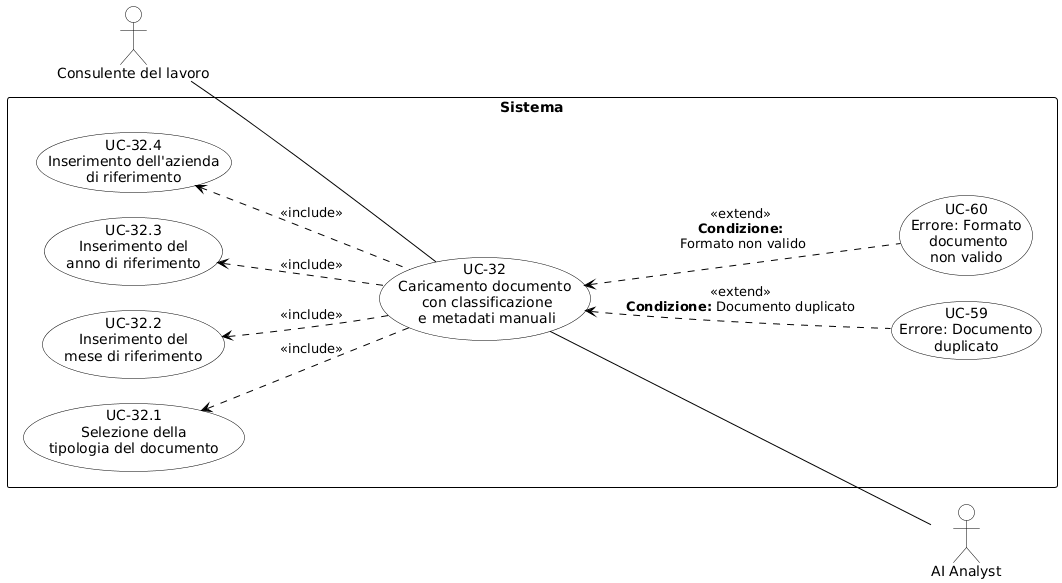
aLittleByte-19/Documentazione keeps this PlantUML diagram as RTB/Analisi dei Requisiti/diagrammi_use_case/UC-32.png. Above is the earlier version.
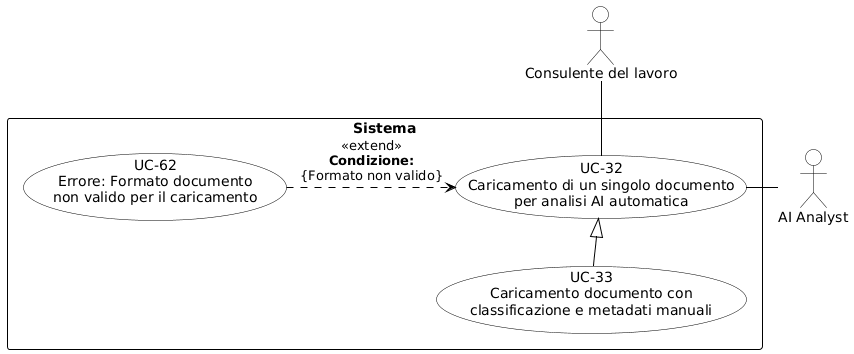
Above is the later version.

The edit, as a diff of the source:
```diff
@@ -1,9 +1,8 @@
 @startuml
 skinparam shadowing false
 skinparam defaultFontName Arial
-left to right direction
 skinparam nodesep 25
-skinparam ranksep 70
+skinparam ranksep 40
 
 skinparam usecase {
     BackgroundColor white
@@ -19,29 +18,19 @@
     FontStyle bold
 }
 
-actor "Consulente del lavoro" as CL
-actor "AI Analyst" as AI
+actor "Consulente del lavoro" as cdl
+actor "AI Analyst" as ai_analyst
 
 rectangle "Sistema" {
-    usecase "UC-32\nCaricamento documento\n con classificazione\n e metadati manuali" as UC32
+    usecase "UC-32\nCaricamento di un singolo documento\nper analisi AI automatica" as UC32
+    usecase "UC-33\nCaricamento documento con\nclassificazione e metadati manuali" as UC33
+    usecase "UC-62\nErrore: Formato documento\nnon valido per il caricamento" as UC62
 
-    usecase "UC-32.1\nSelezione della\ntipologia del documento" as UC32_1
-    usecase "UC-32.2\nInserimento del\nmese di riferimento" as UC32_2
-    usecase "UC-32.3\nInserimento del\nanno di riferimento" as UC32_3
-    usecase "UC-32.4\nInserimento dell'azienda\ndi riferimento" as UC32_4
+    UC32 <|-- UC33
 
-    usecase "UC-59\nErrore: Documento\nduplicato" as UC59
-    usecase "UC-60\nErrore: Formato\n documento\nnon valido" as UC60
-
-    UC32 .up.> UC32_1 : <<include>>
-    UC32 .up.> UC32_2 : <<include>>
-    UC32 .up.> UC32_3 : <<include>>
-    UC32 .up.> UC32_4 : <<include>>
-
-    UC59 .up.> UC32 : <<extend>>\n**Condizione:** Documento duplicato
-    UC60 .up.> UC32 : <<extend>>\n**Condizione:**\n Formato non valido
+    UC62 .> UC32 : «extend»\n<b>Condizione:</b>\n{Formato non valido}
 }
 
-CL -- UC32
-UC32 -- AI
+cdl -- UC32
+UC32 -right- ai_analyst
 @enduml
```
